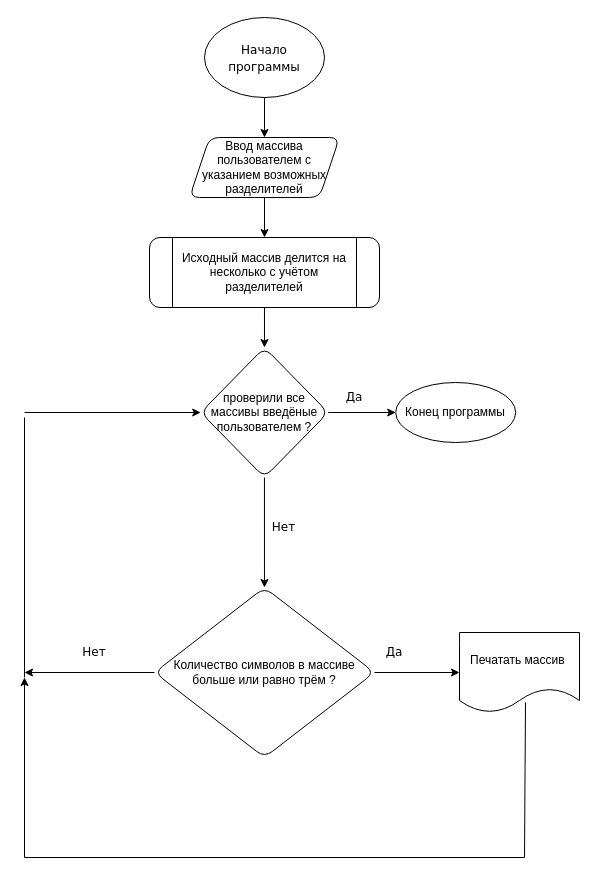
Earlier version of the draw.io diagram algoritm.drawio (SenEvgYur/Control-work-1). Source tidied: cells renumbered, new cells numbered last; positions are measured from the earlier drawing's top-left corner, leaving out a move shared by most shapes. Both pictures are drawn from the tidied source at 100%, with x=0, y=0 at pixel (24, 17).
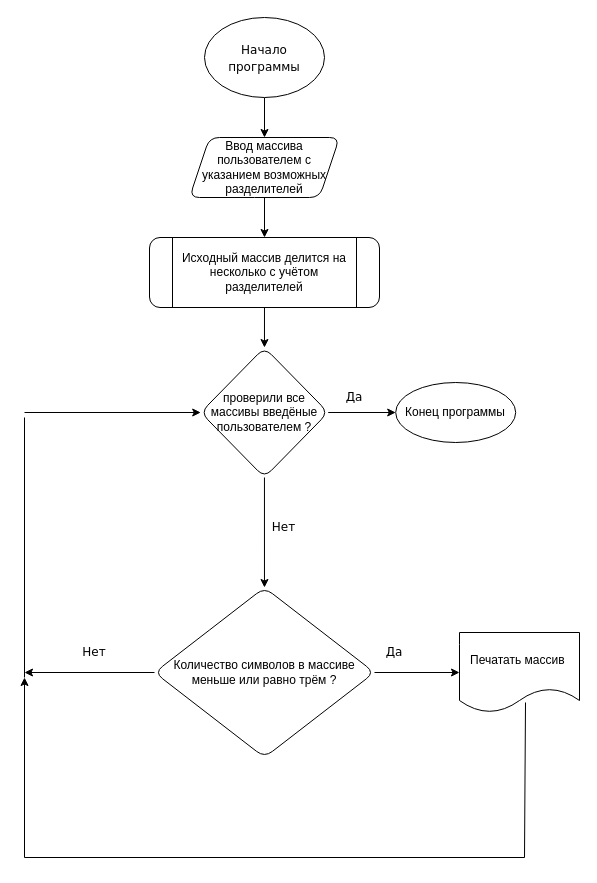
After the change.

Commit message (it also covers changes not shown here):
исправлена ошибка - заменил больше на меньше

Change to the diagram source:
```diff
@@
-    <mxCell id="14" value="&lt;div&gt;&lt;span&gt;Количество символов в массиве больше или равно трём ?&lt;/span&gt;&lt;/div&gt;" style="rhombus;whiteSpace=wrap;html=1;rounded=1;align=center;" parent="1" vertex="1">
+    <mxCell id="14" value="&lt;div&gt;&lt;span&gt;Количество символов в массиве меньше или равно трём ?&lt;/span&gt;&lt;/div&gt;" style="rhombus;whiteSpace=wrap;html=1;rounded=1;align=center;" parent="1" vertex="1">
       <mxGeometry x="130" y="570" width="220" height="170" as="geometry" />
     </mxCell>
```
